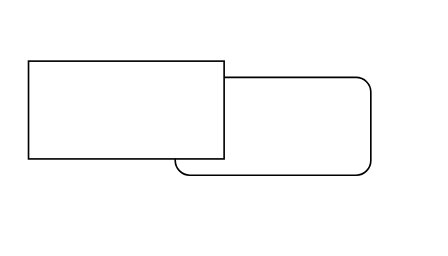
This is temp.drawio from BoyChai/drawio_file, a draw.io file, before an edit. Source tidied: cells renumbered, new cells numbered last; positions are measured from the earlier drawing's top-left corner, leaving out a move shared by most shapes. Both pictures are drawn from the tidied source at 163%, with x=0, y=0 at pixel (28, 60).
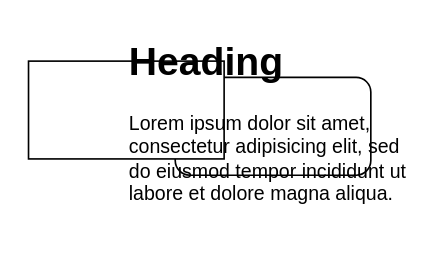
After the change.

The edit, as a diff of the source:
```diff
@@
 <mxGraphModel>
   <root>
     <mxCell id="0" />
     <mxCell id="1" parent="0" />
     <mxCell id="2" style="rounded=1;whiteSpace=wrap;html=1;" parent="1" vertex="1">
       <mxGeometry x="90" y="10" width="120" height="60" as="geometry" />
     </mxCell>
     <mxCell id="3" style="rounded=0;whiteSpace=wrap;html=1;" parent="1" vertex="1">
       <mxGeometry width="120" height="60" as="geometry" />
     </mxCell>
+    <mxCell id="4" value="&lt;h1 style=&quot;margin-top: 0px;&quot;&gt;Heading&lt;/h1&gt;&lt;p&gt;Lorem ipsum dolor sit amet, consectetur adipisicing elit, sed do eiusmod tempor incididunt ut labore et dolore magna aliqua.&lt;/p&gt;" style="text;html=1;whiteSpace=wrap;overflow=hidden;rounded=0;" parent="1" vertex="1">
+      <mxGeometry x="60" y="-20" width="180" height="120" as="geometry" />
+    </mxCell>
   </root>
 </mxGraphModel>
```
